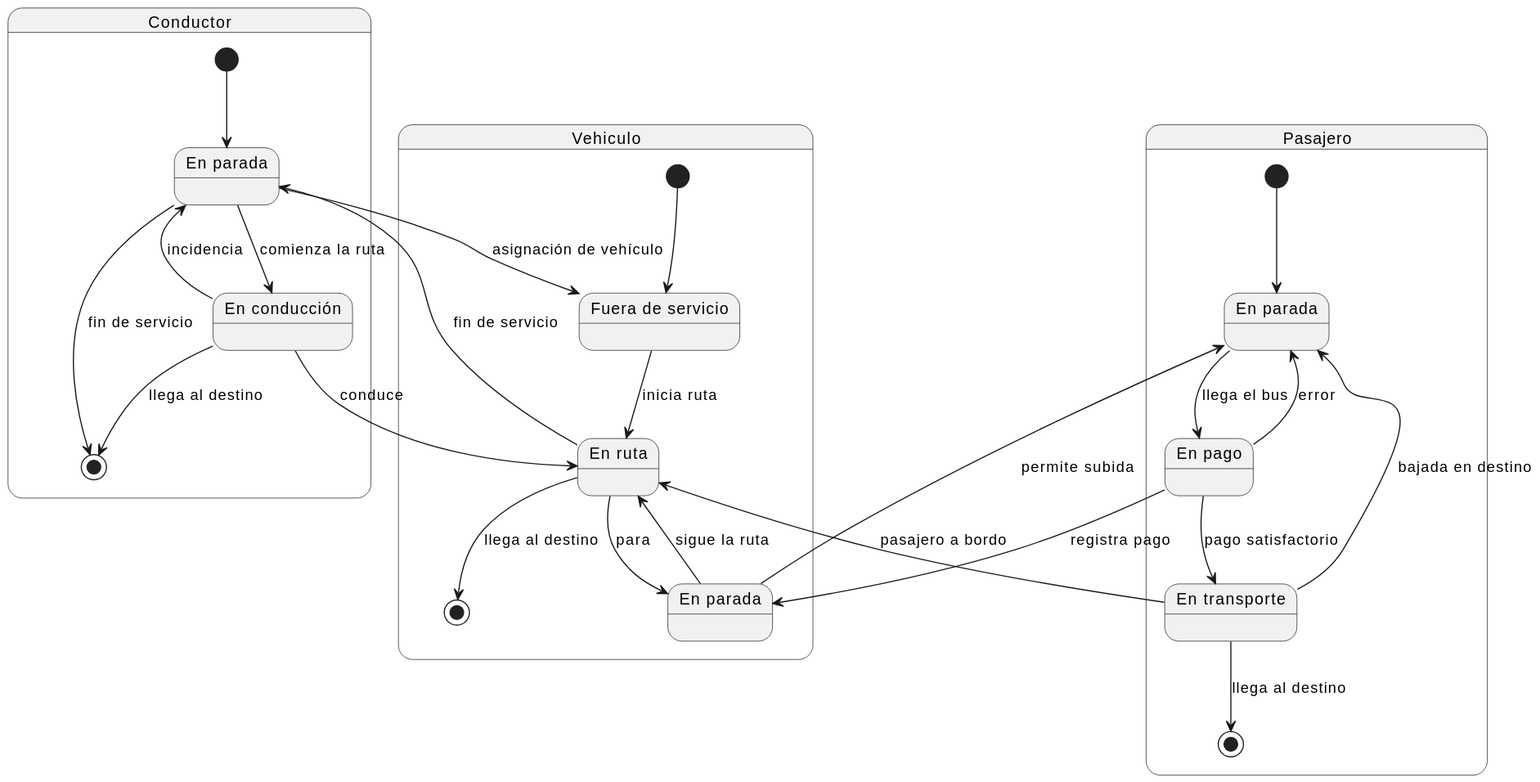
This is images/diagramaEstadosMejorado.svg from Ingenieria-Informatica-UNEATLANTICO/app-actividad-post-parcial-ceesargaarcia, a PlantUML export, as it was before one commit.
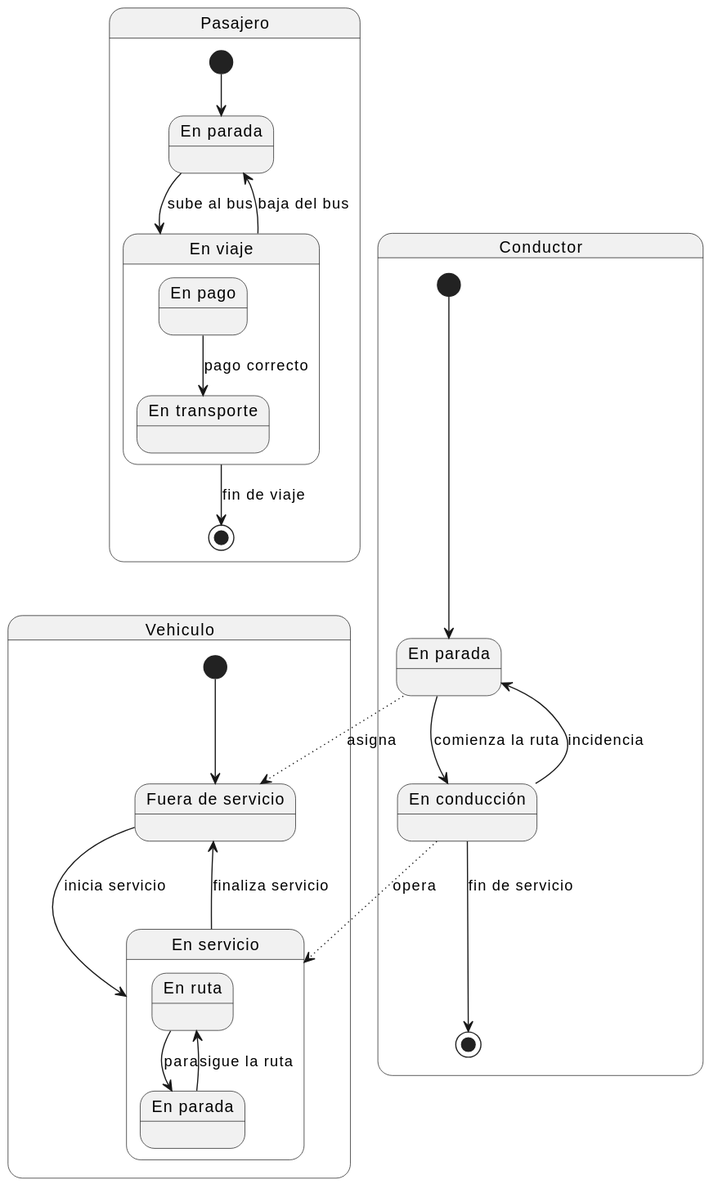
After the change.

Commit message:
diagramas mejorados

Change to the diagram source:
```diff
@@ -5,38 +5,35 @@
     [*] --> conductorParado
     conductorParado --> conduccion : comienza la ruta
     conduccion --> conductorParado : incidencia
-    conduccion --> [*] : llega al destino
-    conductorParado --> [*] : fin de servicio
+    conduccion --> [*] : fin de servicio
 }
 
 state Vehiculo {
     state "Fuera de servicio" as fueraServicio
-    state "En ruta" as enRuta
-    state "En parada" as vehiculoEnParada
+    state "En servicio" as enServicio {
+        state "En ruta" as enRuta
+        state "En parada" as vehiculoEnParada
+        enRuta --> vehiculoEnParada : para
+        vehiculoEnParada --> enRuta : sigue la ruta
+    }
     [*] --> fueraServicio
-    fueraServicio --> enRuta : inicia ruta
-    enRuta --> vehiculoEnParada : para
-    vehiculoEnParada --> enRuta : sigue la ruta
-    enRuta --> [*] : llega al destino
+    fueraServicio --> enServicio : inicia servicio
+    enServicio --> fueraServicio : finaliza servicio
 }
 
 state Pasajero {
     state "En parada" as pasajeroEnParada
-    state "En pago" as enPago
-    state "En transporte" as enTransporte
+    state "En viaje" as enViaje {
+        state "En pago" as enPago
+        state "En transporte" as enTransporte
+        enPago --> enTransporte : pago correcto
+    }
     [*] --> pasajeroEnParada
-    pasajeroEnParada --> enPago : llega el bus
-    enPago --> pasajeroEnParada : error
-    enPago --> enTransporte : pago satisfactorio
-    enTransporte --> [*] : llega al destino
+    pasajeroEnParada --> enViaje : sube al bus
+    enViaje --> pasajeroEnParada : baja del bus
+    enViaje --> [*] : fin de viaje
 }
 
-conductorParado --> fueraServicio : asignación de vehículo
-conduccion --> enRuta : conduce
-vehiculoEnParada --> pasajeroEnParada : permite subida
-enPago --> vehiculoEnParada : registra pago
-enTransporte --> enRuta : pasajero a bordo
-
-enRuta --> conductorParado : fin de servicio
-enTransporte --> pasajeroEnParada : bajada en destino
+conductorParado -[dotted]-> fueraServicio : asigna
+conduccion -[dotted]-> enServicio : opera
 @enduml
```
